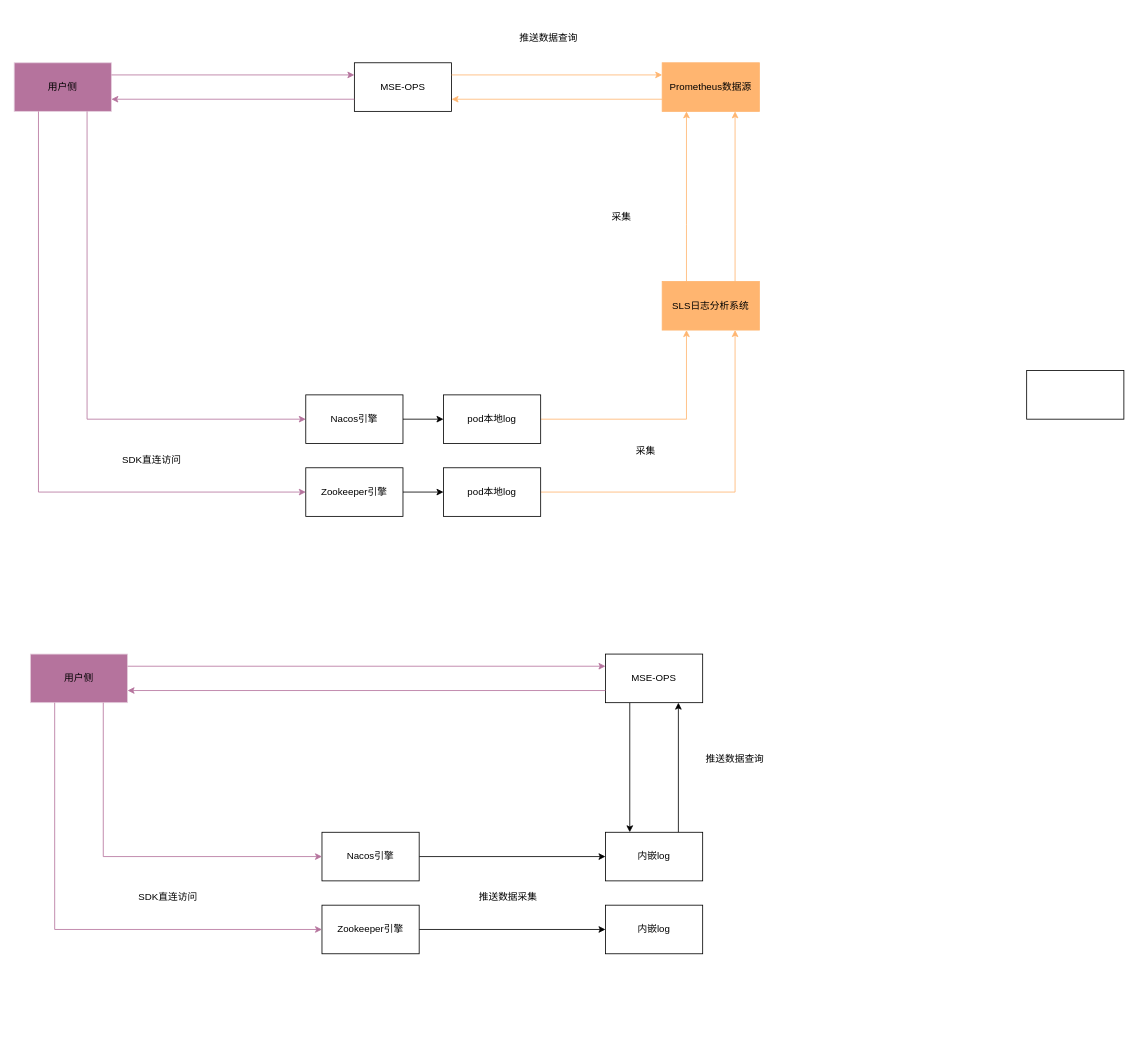
Before: newToolTest/Untitled Diagram.drawio in realJackSun/OpenNAT, a draw.io diagram. Source tidied: cells renumbered, new cells numbered last; positions are measured from the earlier drawing's top-left corner, leaving out a move shared by most shapes. Both pictures are drawn from the tidied source at 81%, with x=0, y=0 at pixel (14, 14).
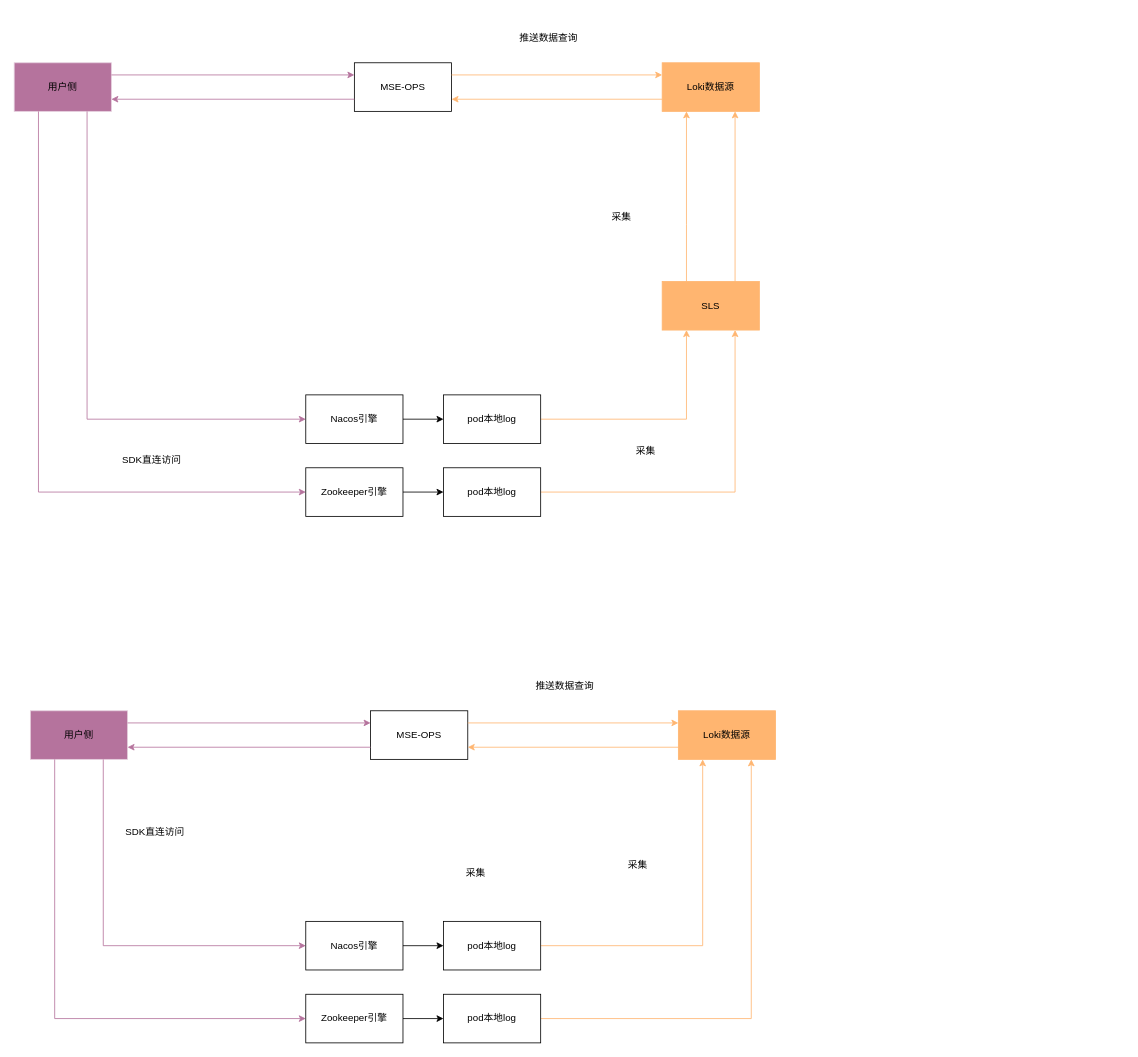
Above is the later version.

Diff of the diagram source:
```diff
@@
-    <mxCell id="4" value="Prometheus数据源" style="rounded=0;whiteSpace=wrap;html=1;strokeColor=#FFB570;fillColor=#FFB570;" parent="1" vertex="1">
+    <mxCell id="4" value="Loki数据源" style="rounded=0;whiteSpace=wrap;html=1;strokeColor=#FFB570;fillColor=#FFB570;" parent="1" vertex="1">
       <mxGeometry x="800" y="60" width="120" height="60" as="geometry" />
     </mxCell>
@@
-    <mxCell id="12" value="SLS日志分析系统" style="rounded=0;whiteSpace=wrap;html=1;strokeColor=#FFB570;fillColor=#FFB570;" parent="1" vertex="1">
+    <mxCell id="12" value="SLS" style="rounded=0;whiteSpace=wrap;html=1;strokeColor=#FFB570;fillColor=#FFB570;" parent="1" vertex="1">
       <mxGeometry x="800" y="330" width="120" height="60" as="geometry" />
     </mxCell>
@@
+    <mxCell id="41" style="endArrow=classic;html=1;rounded=0;fillColor=#FFB570;strokeColor=#FFB570;exitX=0.25;exitY=0;exitDx=0;exitDy=0;entryX=0.25;entryY=1;entryDx=0;entryDy=0;" parent="1" edge="1" source="12" target="4">
+      <mxGeometry relative="1" as="geometry">
+        <Array as="points">
+          <mxPoint x="830" y="260" />
+        </Array>
+      </mxGeometry>
+    </mxCell>
+    <mxCell id="42" style="endArrow=classic;html=1;rounded=0;fillColor=#FFB570;strokeColor=#FFB570;exitX=0.75;exitY=0;exitDx=0;exitDy=0;entryX=0.75;entryY=1;entryDx=0;entryDy=0;" parent="1" edge="1" source="12" target="4">
+      <mxGeometry relative="1" as="geometry" />
+    </mxCell>
+    <mxCell id="43" value="采集" style="rounded=0;whiteSpace=wrap;html=1;strokeColor=none;" parent="1" vertex="1">
+      <mxGeometry x="690" y="220" width="120" height="60" as="geometry" />
+    </mxCell>
     <mxCell id="23" value="用户侧" style="rounded=0;whiteSpace=wrap;html=1;fillColor=#B5739D;strokeColor=#E6D0DE;" parent="1" vertex="1">
-      <mxGeometry x="20" y="790" width="120" height="60" as="geometry" />
+      <mxGeometry x="20" y="860" width="120" height="60" as="geometry" />
     </mxCell>
-    <mxCell id="24" style="edgeStyle=orthogonalEdgeStyle;rounded=0;jettySize=auto;html=1;exitX=0.25;exitY=1;exitDx=0;exitDy=0;entryX=0.25;entryY=0;entryDx=0;entryDy=0;" parent="1" edge="1" source="25" target="36">
-      <mxGeometry relative="1" as="geometry" />
-    </mxCell>
     <mxCell id="25" value="MSE-OPS" style="rounded=0;whiteSpace=wrap;html=1;" parent="1" vertex="1">
-      <mxGeometry x="730" y="790" width="120" height="60" as="geometry" />
+      <mxGeometry x="440" y="860" width="120" height="60" as="geometry" />
     </mxCell>
-    <mxCell id="26" style="edgeStyle=orthogonalEdgeStyle;rounded=0;jettySize=auto;html=1;exitX=1;exitY=0.5;exitDx=0;exitDy=0;entryX=0;entryY=0.5;entryDx=0;entryDy=0;" parent="1" edge="1" source="27" target="36">
-      <mxGeometry relative="1" as="geometry" />
-    </mxCell>
+    <mxCell id="44" value="Loki数据源" style="rounded=0;whiteSpace=wrap;html=1;strokeColor=#FFB570;fillColor=#FFB570;" parent="1" vertex="1">
+      <mxGeometry x="820" y="860" width="120" height="60" as="geometry" />
+    </mxCell>
+    <mxCell id="45" style="edgeStyle=orthogonalEdgeStyle;rounded=0;jettySize=auto;html=1;exitX=1;exitY=0.5;exitDx=0;exitDy=0;entryX=0;entryY=0.5;entryDx=0;entryDy=0;" parent="1" edge="1" source="27" target="51">
+      <mxGeometry relative="1" as="geometry" />
+    </mxCell>
     <mxCell id="27" value="Nacos引擎" style="rounded=0;whiteSpace=wrap;html=1;" parent="1" vertex="1">
-      <mxGeometry x="380" y="1010" width="120" height="60" as="geometry" />
+      <mxGeometry x="360" y="1120" width="120" height="60" as="geometry" />
     </mxCell>
+    <mxCell id="46" style="endArrow=classic;html=1;rounded=0;entryX=1;entryY=0.75;entryDx=0;entryDy=0;exitX=0;exitY=0.75;exitDx=0;exitDy=0;fillColor=#FFB570;strokeColor=#FFB570;" parent="1" edge="1" source="44" target="25">
+      <mxGeometry relative="1" as="geometry" />
+    </mxCell>
+    <mxCell id="47" style="endArrow=classic;html=1;rounded=0;entryX=0;entryY=0.25;entryDx=0;entryDy=0;exitX=1;exitY=0.25;exitDx=0;exitDy=0;fillColor=#FFB570;strokeColor=#FFB570;" parent="1" edge="1" source="25" target="44">
+      <mxGeometry relative="1" as="geometry" />
+    </mxCell>
     <mxCell id="28" value="SDK直连访问" style="rounded=0;whiteSpace=wrap;html=1;strokeColor=none;" parent="1" vertex="1">
-      <mxGeometry x="130" y="1060" width="120" height="60" as="geometry" />
+      <mxGeometry x="114" y="980" width="120" height="60" as="geometry" />
     </mxCell>
@@
-    <mxCell id="31" style="edgeStyle=orthogonalEdgeStyle;rounded=0;jettySize=auto;html=1;exitX=1;exitY=0.5;exitDx=0;exitDy=0;entryX=0;entryY=0.5;entryDx=0;entryDy=0;" parent="1" edge="1" source="32" target="37">
-      <mxGeometry relative="1" as="geometry" />
-    </mxCell>
+    <mxCell id="48" style="edgeStyle=orthogonalEdgeStyle;rounded=0;jettySize=auto;html=1;exitX=1;exitY=0.5;exitDx=0;exitDy=0;entryX=0;entryY=0.5;entryDx=0;entryDy=0;" parent="1" edge="1" source="32" target="52">
+      <mxGeometry relative="1" as="geometry" />
+    </mxCell>
     <mxCell id="32" value="Zookeeper引擎" style="rounded=0;whiteSpace=wrap;html=1;" parent="1" vertex="1">
-      <mxGeometry x="380" y="1100" width="120" height="60" as="geometry" />
+      <mxGeometry x="360" y="1210" width="120" height="60" as="geometry" />
     </mxCell>
     <mxCell id="33" style="endArrow=classic;html=1;rounded=0;entryX=0;entryY=0.5;entryDx=0;entryDy=0;exitX=0.75;exitY=1;exitDx=0;exitDy=0;fillColor=#B5739D;strokeColor=#B5739D;" parent="1" edge="1" source="23" target="27">
       <mxGeometry relative="1" as="geometry">
         <Array as="points">
-          <mxPoint x="110" y="1040" />
+          <mxPoint x="110" y="1150" />
         </Array>
       </mxGeometry>
     </mxCell>
+    <mxCell id="49" style="endArrow=classic;html=1;rounded=0;fillColor=#FFB570;strokeColor=#FFB570;exitX=1;exitY=0.5;exitDx=0;exitDy=0;entryX=0.25;entryY=1;entryDx=0;entryDy=0;" parent="1" edge="1" source="51" target="44">
+      <mxGeometry relative="1" as="geometry">
+        <Array as="points">
+          <mxPoint x="850" y="1150" />
+        </Array>
+      </mxGeometry>
+    </mxCell>
+    <mxCell id="50" style="endArrow=classic;html=1;rounded=0;fillColor=#FFB570;strokeColor=#FFB570;exitX=1;exitY=0.5;exitDx=0;exitDy=0;entryX=0.75;entryY=1;entryDx=0;entryDy=0;" parent="1" edge="1" source="52" target="44">
+      <mxGeometry relative="1" as="geometry">
+        <Array as="points">
+          <mxPoint x="910" y="1240" />
+        </Array>
+      </mxGeometry>
+    </mxCell>
     <mxCell id="34" style="endArrow=classic;html=1;rounded=0;entryX=0;entryY=0.5;entryDx=0;entryDy=0;exitX=0.25;exitY=1;exitDx=0;exitDy=0;fillColor=#B5739D;strokeColor=#B5739D;" parent="1" edge="1" source="23" target="32">
       <mxGeometry relative="1" as="geometry">
         <Array as="points">
-          <mxPoint x="50" y="1130" />
+          <mxPoint x="50" y="1240" />
         </Array>
       </mxGeometry>
     </mxCell>
-    <mxCell id="35" style="edgeStyle=orthogonalEdgeStyle;rounded=0;jettySize=auto;html=1;exitX=0.75;exitY=0;exitDx=0;exitDy=0;entryX=0.75;entryY=1;entryDx=0;entryDy=0;" parent="1" edge="1" source="36" target="25">
-      <mxGeometry relative="1" as="geometry" />
-    </mxCell>
-    <mxCell id="36" value="内嵌log" style="rounded=0;whiteSpace=wrap;html=1;" parent="1" vertex="1">
-      <mxGeometry x="730" y="1010" width="120" height="60" as="geometry" />
-    </mxCell>
-    <mxCell id="37" value="内嵌log" style="rounded=0;whiteSpace=wrap;html=1;" parent="1" vertex="1">
-      <mxGeometry x="730" y="1100" width="120" height="60" as="geometry" />
-    </mxCell>
-    <mxCell id="38" value="推送数据采集" style="rounded=0;whiteSpace=wrap;html=1;strokeColor=none;" parent="1" vertex="1">
-      <mxGeometry x="550" y="1060" width="120" height="60" as="geometry" />
-    </mxCell>
+    <mxCell id="51" value="pod本地log" style="rounded=0;whiteSpace=wrap;html=1;" parent="1" vertex="1">
+      <mxGeometry x="530" y="1120" width="120" height="60" as="geometry" />
+    </mxCell>
+    <mxCell id="52" value="pod本地log" style="rounded=0;whiteSpace=wrap;html=1;" parent="1" vertex="1">
+      <mxGeometry x="530" y="1210" width="120" height="60" as="geometry" />
+    </mxCell>
+    <mxCell id="53" value="采集" style="rounded=0;whiteSpace=wrap;html=1;strokeColor=none;" parent="1" vertex="1">
+      <mxGeometry x="510" y="1030" width="120" height="60" as="geometry" />
+    </mxCell>
     <mxCell id="39" value="推送数据查询" style="rounded=0;whiteSpace=wrap;html=1;strokeColor=none;" parent="1" vertex="1">
-      <mxGeometry x="830" y="890" width="120" height="60" as="geometry" />
+      <mxGeometry x="620" y="800" width="120" height="60" as="geometry" />
     </mxCell>
-    <mxCell id="40" style="rounded=0;whiteSpace=wrap;html=1;" parent="1" vertex="1">
-      <mxGeometry x="1250" y="440" width="120" height="60" as="geometry" />
-    </mxCell>
-    <mxCell id="41" style="endArrow=classic;html=1;rounded=0;fillColor=#FFB570;strokeColor=#FFB570;exitX=0.25;exitY=0;exitDx=0;exitDy=0;entryX=0.25;entryY=1;entryDx=0;entryDy=0;" parent="1" edge="1" source="12" target="4">
-      <mxGeometry relative="1" as="geometry">
-        <Array as="points">
-          <mxPoint x="830" y="260" />
-        </Array>
-      </mxGeometry>
-    </mxCell>
-    <mxCell id="42" style="endArrow=classic;html=1;rounded=0;fillColor=#FFB570;strokeColor=#FFB570;exitX=0.75;exitY=0;exitDx=0;exitDy=0;entryX=0.75;entryY=1;entryDx=0;entryDy=0;" parent="1" edge="1" source="12" target="4">
-      <mxGeometry relative="1" as="geometry" />
-    </mxCell>
-    <mxCell id="43" value="采集" style="rounded=0;whiteSpace=wrap;html=1;strokeColor=none;" parent="1" vertex="1">
-      <mxGeometry x="690" y="220" width="120" height="60" as="geometry" />
-    </mxCell>
+    <mxCell id="54" value="采集" style="rounded=0;whiteSpace=wrap;html=1;strokeColor=none;" parent="1" vertex="1">
+      <mxGeometry x="710" y="1020" width="120" height="60" as="geometry" />
+    </mxCell>
```
